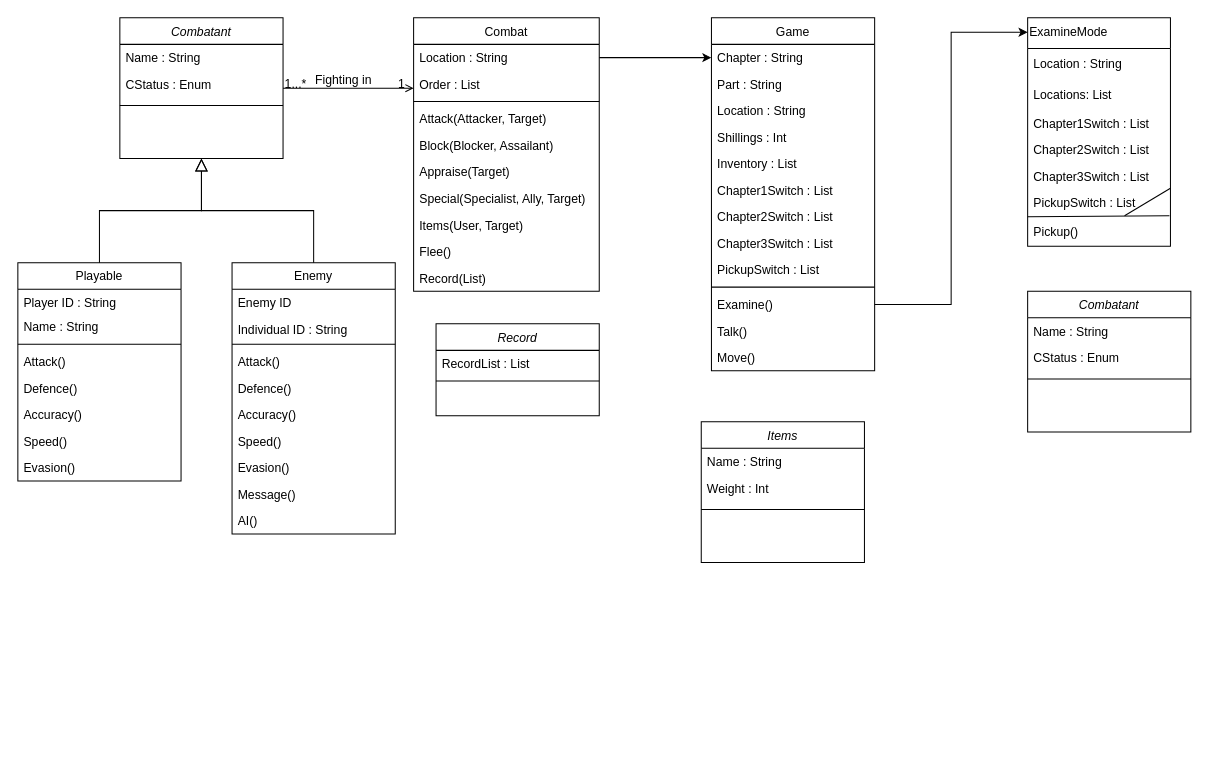
wildwood44/WildAndWyrdDemo keeps this draw.io diagram as WandW_class.drawio. Above is the earlier version. Source tidied: cells renumbered, new cells numbered last; positions are measured from the earlier drawing's top-left corner, leaving out a move shared by most shapes. Both pictures are drawn from the tidied source at 102%, with x=0, y=0 at pixel (17, 17).
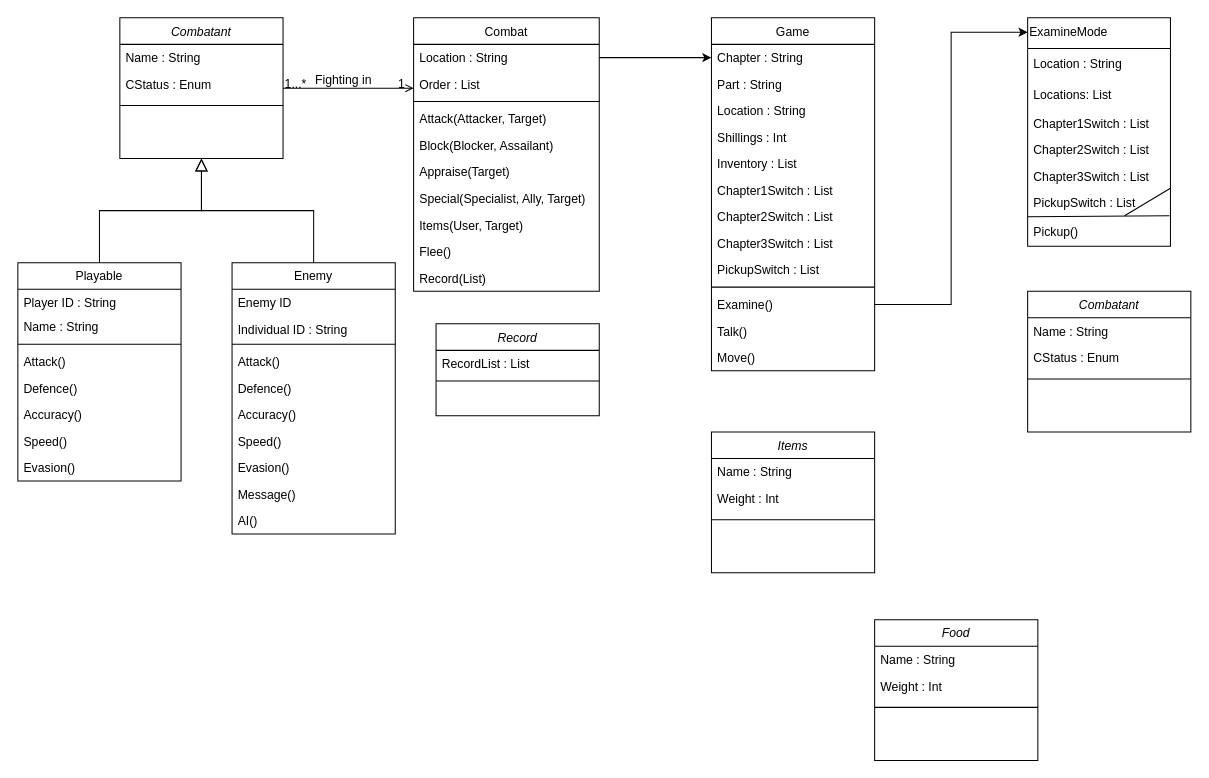
The same diagram, later.

Change to the diagram source:
```diff
@@
-    <mxCell id="76" value="Items" style="swimlane;fontStyle=2;align=center;verticalAlign=top;horizontal=1;startSize=26;rounded=0;shadow=0;strokeWidth=1;" parent="1" vertex="1">
-      <mxGeometry x="670" y="396" width="160" height="138" as="geometry" />
+    <mxCell id="76" value="Food" style="swimlane;fontStyle=2;align=center;verticalAlign=top;horizontal=1;startSize=26;rounded=0;shadow=0;strokeWidth=1;" parent="1" vertex="1">
+      <mxGeometry x="840" y="590" width="160" height="138" as="geometry" />
     </mxCell>
@@
+    <mxCell id="80" value="Items" style="swimlane;fontStyle=2;align=center;verticalAlign=top;horizontal=1;startSize=26;rounded=0;shadow=0;strokeWidth=1;" parent="1" vertex="1">
+      <mxGeometry x="680" y="406" width="160" height="138" as="geometry" />
+    </mxCell>
+    <mxCell id="81" value="Name : String" style="text;align=left;verticalAlign=top;spacingLeft=4;spacingRight=4;overflow=hidden;" parent="80" vertex="1">
+      <mxGeometry y="26" width="160" height="26" as="geometry" />
+    </mxCell>
+    <mxCell id="82" value="Weight : Int" style="text;strokeColor=none;fillColor=none;align=left;verticalAlign=top;rounded=0;spacingLeft=4;spacingRight=4;" parent="80" vertex="1">
+      <mxGeometry y="52" width="160" height="30" as="geometry" />
+    </mxCell>
+    <mxCell id="83" style="line;html=1;strokeWidth=1;align=left;verticalAlign=middle;spacingTop=-1;spacingLeft=3;spacingRight=3;labelPosition=right;" parent="80" vertex="1">
+      <mxGeometry y="82" width="160" height="8" as="geometry" />
+    </mxCell>
```
